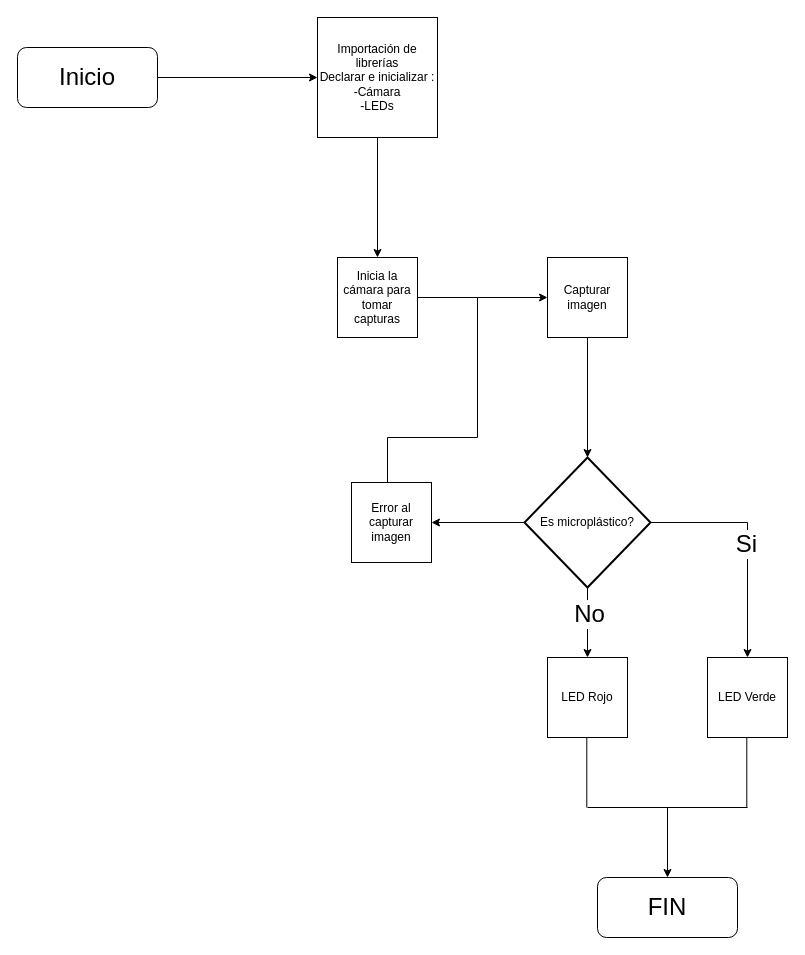
Earlier version of the draw.io diagram Proyecto/Documentación/Microplástico.drawio (SebastianSilvaSC/Fundamento-Grupo_5). Source tidied: cells renumbered, new cells numbered last; positions are measured from the earlier drawing's top-left corner, leaving out a move shared by most shapes. Both pictures are drawn from the tidied source at 100%, with x=0, y=0 at pixel (17, 17).
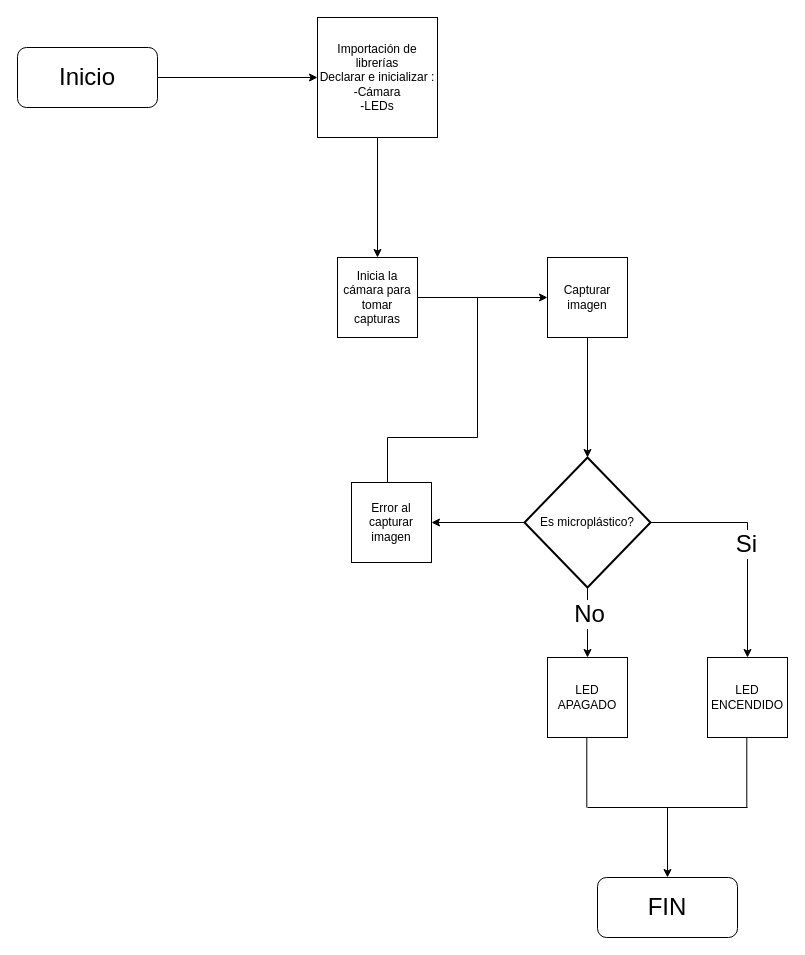
After the change.

Diff of the diagram source:
```diff
@@
-    <mxCell id="15" value="LED Rojo" style="whiteSpace=wrap;html=1;" parent="1" vertex="1">
+    <mxCell id="15" value="LED APAGADO" style="whiteSpace=wrap;html=1;" parent="1" vertex="1">
       <mxGeometry x="530" y="640" width="80" height="80" as="geometry" />
     </mxCell>
@@
-    <mxCell id="21" value="LED Verde" style="whiteSpace=wrap;html=1;" parent="1" vertex="1">
+    <mxCell id="21" value="LED ENCENDIDO" style="whiteSpace=wrap;html=1;" parent="1" vertex="1">
       <mxGeometry x="690" y="640" width="80" height="80" as="geometry" />
     </mxCell>
```
